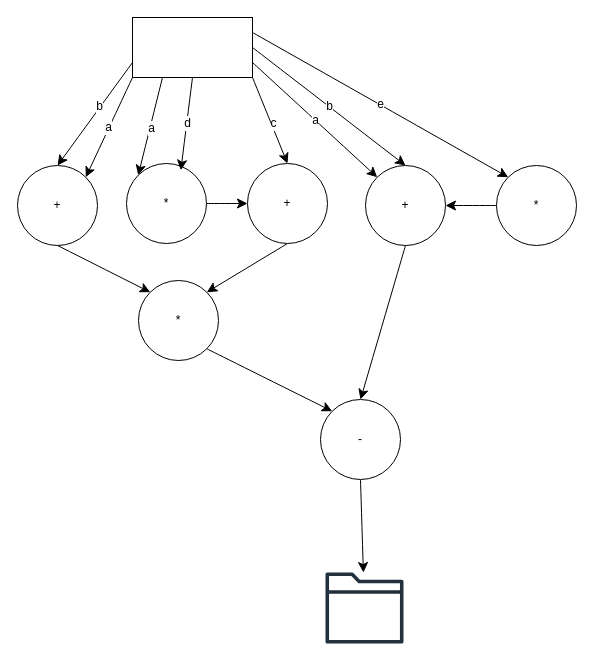
HARKINGS/UML keeps this draw.io diagram as DFD.drawio. Above is the earlier version. Source tidied: cells renumbered, new cells numbered last; positions are measured from the earlier drawing's top-left corner, leaving out a move shared by most shapes. Both pictures are drawn from the tidied source at 100%, with x=0, y=0 at pixel (17, 17).
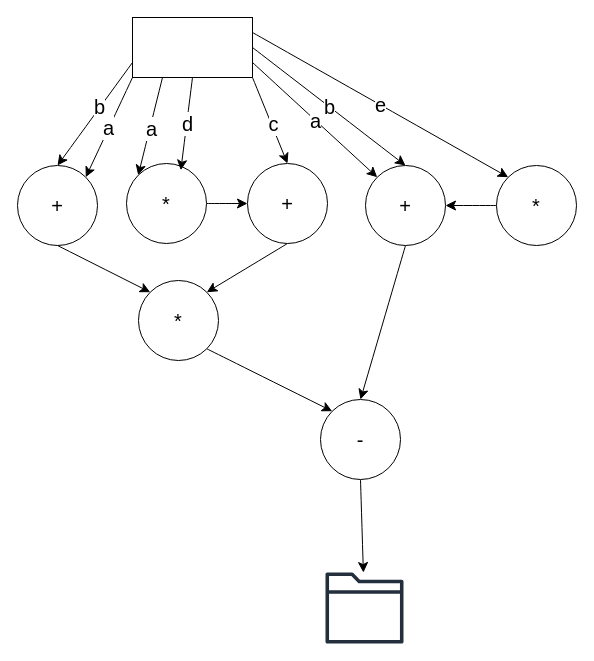
The same page after the edit.

Commit message (it also covers changes not shown here):
Cập nhật DFD.drawio

The change refers to these unchanged cells:
```xml
<mxCell id="2" style="edgeStyle=none;curved=1;rounded=0;jettySize=auto;html=1;exitX=0;exitY=0.75;exitDx=0;exitDy=0;entryX=0.5;entryY=0;entryDx=0;entryDy=0;fontSize=12;startSize=8;endSize=8;" parent="1" edge="1" source="13" target="15">
  <mxGeometry relative="1" as="geometry" />
</mxCell>
<mxCell id="4" style="edgeStyle=none;curved=1;rounded=0;jettySize=auto;html=1;exitX=0;exitY=1;exitDx=0;exitDy=0;entryX=1;entryY=0;entryDx=0;entryDy=0;fontSize=12;startSize=8;endSize=8;" parent="1" edge="1" source="13" target="15">
  <mxGeometry relative="1" as="geometry" />
</mxCell>
<mxCell id="6" style="edgeStyle=none;curved=1;rounded=0;jettySize=auto;html=1;exitX=0.25;exitY=1;exitDx=0;exitDy=0;entryX=0;entryY=0;entryDx=0;entryDy=0;fontSize=12;startSize=8;endSize=8;" parent="1" edge="1" source="13" target="17">
  <mxGeometry relative="1" as="geometry" />
</mxCell>
<mxCell id="8" style="edgeStyle=none;curved=1;rounded=0;jettySize=auto;html=1;exitX=1;exitY=1;exitDx=0;exitDy=0;entryX=0.5;entryY=0;entryDx=0;entryDy=0;fontSize=12;startSize=8;endSize=8;" parent="1" edge="1" source="13" target="19">
  <mxGeometry relative="1" as="geometry" />
</mxCell>
<mxCell id="13" style="rounded=0;whiteSpace=wrap;html=1;" parent="1" vertex="1">
  <mxGeometry x="115" width="120" height="60" as="geometry" />
</mxCell>
<mxCell id="20" style="edgeStyle=none;curved=1;rounded=0;jettySize=auto;html=1;exitX=0.5;exitY=1;exitDx=0;exitDy=0;entryX=0.679;entryY=0.084;entryDx=0;entryDy=0;entryPerimeter=0;fontSize=12;startSize=8;endSize=8;" parent="1" edge="1" source="13" target="17">
  <mxGeometry relative="1" as="geometry" />
</mxCell>
```

The edit, as a diff of the source:
```diff
@@
-    <mxCell id="3" value="b" style="edgeLabel;html=1;align=center;verticalAlign=middle;fontSize=12;" parent="2" vertex="1">
+    <mxCell id="3" value="&lt;font style=&quot;font-size: 20px;&quot;&gt;b&lt;/font&gt;" style="edgeLabel;html=1;align=center;verticalAlign=middle;fontSize=12;" parent="2" vertex="1">
       <mxGeometry x="-0.13" y="-1" relative="1" as="geometry" />
     </mxCell>
@@
-    <mxCell id="5" value="a" style="edgeLabel;html=1;align=center;verticalAlign=middle;fontSize=12;" parent="4" vertex="1">
+    <mxCell id="5" value="&lt;font style=&quot;font-size: 20px;&quot;&gt;a&lt;/font&gt;" style="edgeLabel;html=1;align=center;verticalAlign=middle;fontSize=12;" parent="4" vertex="1">
       <mxGeometry y="-1" relative="1" as="geometry" />
     </mxCell>
@@
-    <mxCell id="7" value="a" style="edgeLabel;html=1;align=center;verticalAlign=middle;fontSize=12;" parent="6" vertex="1">
+    <mxCell id="7" value="&lt;font style=&quot;font-size: 20px;&quot;&gt;a&lt;/font&gt;" style="edgeLabel;html=1;align=center;verticalAlign=middle;fontSize=12;" parent="6" vertex="1">
       <mxGeometry x="0.03" y="1" relative="1" as="geometry" />
     </mxCell>
@@
-    <mxCell id="9" value="c" style="edgeLabel;html=1;align=center;verticalAlign=middle;fontSize=12;" parent="8" vertex="1">
+    <mxCell id="9" value="&lt;font style=&quot;font-size: 20px;&quot;&gt;c&lt;/font&gt;" style="edgeLabel;html=1;align=center;verticalAlign=middle;fontSize=12;" parent="8" vertex="1">
       <mxGeometry x="0.08" y="3" relative="1" as="geometry">
         <mxPoint x="-1" as="offset" />
       </mxGeometry>
     </mxCell>
-    <mxCell id="10" value="a" style="edgeStyle=none;curved=1;rounded=0;jettySize=auto;html=1;exitX=1;exitY=0.75;exitDx=0;exitDy=0;entryX=0;entryY=0;entryDx=0;entryDy=0;fontSize=12;startSize=8;endSize=8;" parent="1" edge="1" source="13" target="23">
+    <mxCell id="10" value="&lt;font style=&quot;font-size: 20px;&quot;&gt;a&lt;/font&gt;" style="edgeStyle=none;curved=1;rounded=0;jettySize=auto;html=1;exitX=1;exitY=0.75;exitDx=0;exitDy=0;entryX=0;entryY=0;entryDx=0;entryDy=0;fontSize=12;startSize=8;endSize=8;" parent="1" edge="1" source="13" target="23">
       <mxGeometry relative="1" as="geometry" />
     </mxCell>
-    <mxCell id="11" value="b" style="edgeStyle=none;curved=1;rounded=0;jettySize=auto;html=1;exitX=1;exitY=0.5;exitDx=0;exitDy=0;entryX=0.5;entryY=0;entryDx=0;entryDy=0;fontSize=12;startSize=8;endSize=8;" parent="1" edge="1" source="13" target="23">
+    <mxCell id="11" value="&lt;font style=&quot;font-size: 20px;&quot;&gt;b&lt;/font&gt;" style="edgeStyle=none;curved=1;rounded=0;jettySize=auto;html=1;exitX=1;exitY=0.5;exitDx=0;exitDy=0;entryX=0.5;entryY=0;entryDx=0;entryDy=0;fontSize=12;startSize=8;endSize=8;" parent="1" edge="1" source="13" target="23">
       <mxGeometry relative="1" as="geometry" />
     </mxCell>
-    <mxCell id="12" value="e" style="edgeStyle=none;curved=1;rounded=0;jettySize=auto;html=1;exitX=1;exitY=0.25;exitDx=0;exitDy=0;entryX=0;entryY=0;entryDx=0;entryDy=0;fontSize=12;startSize=8;endSize=8;" parent="1" edge="1" source="13" target="25">
+    <mxCell id="12" value="&lt;font style=&quot;font-size: 20px;&quot;&gt;e&lt;/font&gt;" style="edgeStyle=none;curved=1;rounded=0;jettySize=auto;html=1;exitX=1;exitY=0.25;exitDx=0;exitDy=0;entryX=0;entryY=0;entryDx=0;entryDy=0;fontSize=12;startSize=8;endSize=8;" parent="1" edge="1" source="13" target="25">
       <mxGeometry relative="1" as="geometry" />
     </mxCell>
@@
-    <mxCell id="15" value="+" style="ellipse;whiteSpace=wrap;html=1;" parent="1" vertex="1">
+    <mxCell id="15" value="&lt;font style=&quot;font-size: 20px;&quot;&gt;+&lt;/font&gt;" style="ellipse;whiteSpace=wrap;html=1;" parent="1" vertex="1">
       <mxGeometry y="148" width="80" height="80" as="geometry" />
     </mxCell>
@@
-    <mxCell id="17" value="*" style="ellipse;whiteSpace=wrap;html=1;" parent="1" vertex="1">
+    <mxCell id="17" value="&lt;font style=&quot;font-size: 20px;&quot;&gt;*&lt;/font&gt;" style="ellipse;whiteSpace=wrap;html=1;" parent="1" vertex="1">
       <mxGeometry x="109" y="146" width="80" height="80" as="geometry" />
     </mxCell>
@@
-    <mxCell id="19" value="+" style="ellipse;whiteSpace=wrap;html=1;" parent="1" vertex="1">
+    <mxCell id="19" value="&lt;font style=&quot;font-size: 20px;&quot;&gt;+&lt;/font&gt;" style="ellipse;whiteSpace=wrap;html=1;" parent="1" vertex="1">
       <mxGeometry x="230" y="146" width="80" height="80" as="geometry" />
     </mxCell>
@@
-    <mxCell id="21" value="d" style="edgeLabel;html=1;align=center;verticalAlign=middle;fontSize=12;" parent="20" vertex="1">
+    <mxCell id="21" value="&lt;font style=&quot;font-size: 20px;&quot;&gt;d&lt;/font&gt;" style="edgeLabel;html=1;align=center;verticalAlign=middle;fontSize=12;" parent="20" vertex="1">
       <mxGeometry x="-0.01" relative="1" as="geometry" />
     </mxCell>
@@
-    <mxCell id="23" value="+" style="ellipse;whiteSpace=wrap;html=1;" parent="1" vertex="1">
+    <mxCell id="23" value="&lt;font style=&quot;font-size: 20px;&quot;&gt;+&lt;/font&gt;" style="ellipse;whiteSpace=wrap;html=1;" parent="1" vertex="1">
       <mxGeometry x="348" y="148" width="80" height="80" as="geometry" />
     </mxCell>
@@
-    <mxCell id="25" value="*" style="ellipse;whiteSpace=wrap;html=1;" parent="1" vertex="1">
+    <mxCell id="25" value="&lt;font style=&quot;font-size: 20px;&quot;&gt;*&lt;/font&gt;" style="ellipse;whiteSpace=wrap;html=1;" parent="1" vertex="1">
       <mxGeometry x="479" y="148" width="80" height="80" as="geometry" />
     </mxCell>
@@
-    <mxCell id="27" value="*" style="ellipse;whiteSpace=wrap;html=1;" parent="1" vertex="1">
+    <mxCell id="27" value="&lt;font style=&quot;font-size: 20px;&quot;&gt;*&lt;/font&gt;" style="ellipse;whiteSpace=wrap;html=1;" parent="1" vertex="1">
       <mxGeometry x="121" y="263" width="80" height="80" as="geometry" />
     </mxCell>
@@
-    <mxCell id="29" value="-" style="ellipse;whiteSpace=wrap;html=1;" parent="1" vertex="1">
+    <mxCell id="29" value="&lt;font style=&quot;font-size: 20px;&quot;&gt;-&lt;/font&gt;" style="ellipse;whiteSpace=wrap;html=1;" parent="1" vertex="1">
       <mxGeometry x="303" y="382" width="80" height="80" as="geometry" />
     </mxCell>
```
